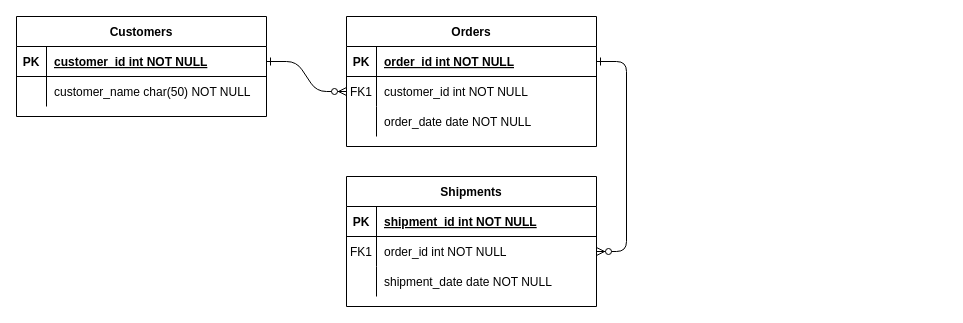
Above: new ER.drawio in wangsun870/drawio (draw.io), before the change. Source tidied: cells renumbered, new cells numbered last; positions are measured from the earlier drawing's top-left corner, leaving out a move shared by most shapes. Both pictures are drawn from the tidied source at 100%, with x=0, y=0 at pixel (16, 16).
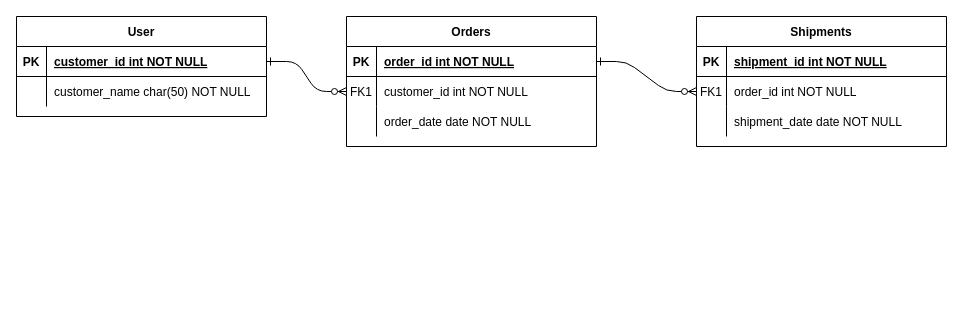
The same diagram, later.

Diff of the diagram source:
```diff
@@
     <mxCell id="14" value="Shipments" style="shape=table;startSize=30;childLayout=tableLayout;rowLines=0;fontStyle=1;align=center;" parent="1" vertex="1">
-      <mxGeometry x="330" y="160" width="250" height="130" as="geometry" />
+      <mxGeometry x="680" width="250" height="130" as="geometry" />
     </mxCell>
@@
-    <mxCell id="24" value="Customers" style="shape=table;startSize=30;childLayout=tableLayout;rowLines=0;fontStyle=1;align=center;" parent="1" vertex="1">
+    <mxCell id="24" value="User" style="shape=table;startSize=30;childLayout=tableLayout;rowLines=0;fontStyle=1;align=center;" parent="1" vertex="1">
       <mxGeometry width="250" height="100" as="geometry" />
     </mxCell>
```
